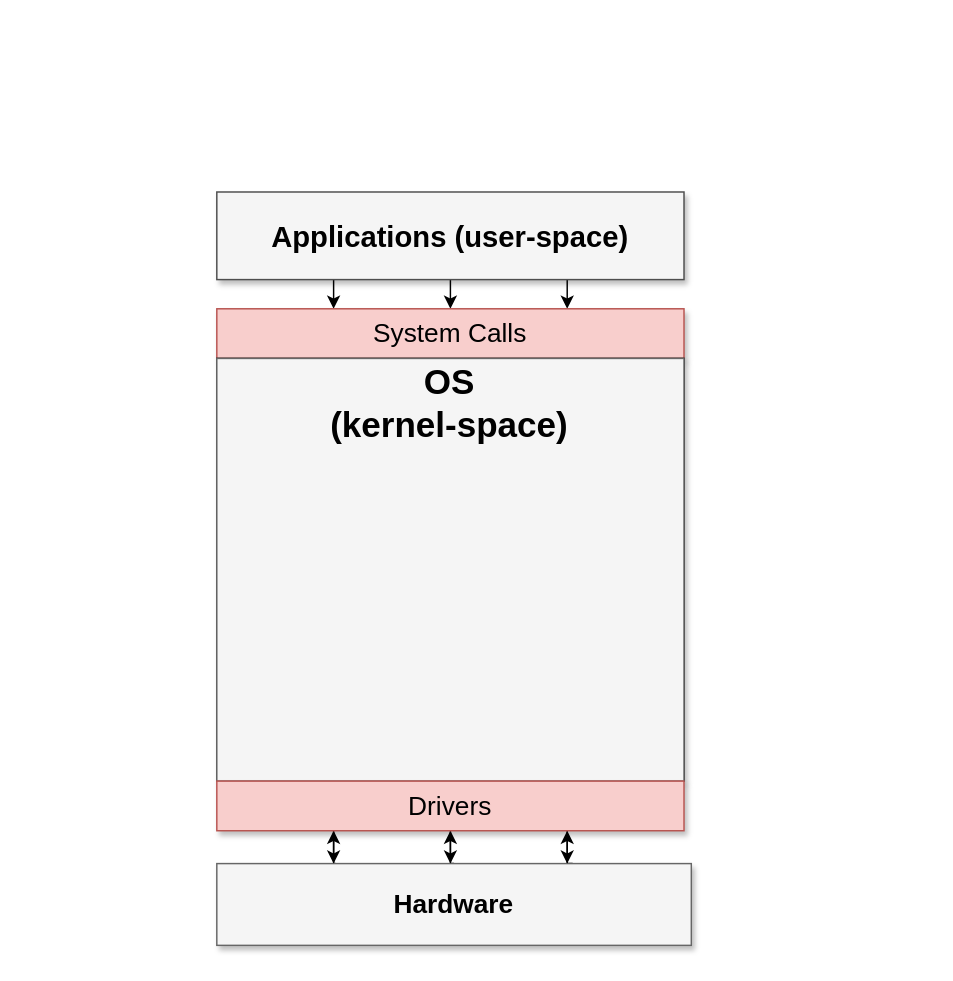
Above: page "OS_3" (4 of 4) of Operating_Systems/img/OS.drawio in Steindvart/My_study (draw.io), before the change. Source tidied: cells renumbered, new cells numbered last; positions are measured from the earlier drawing's top-left corner, leaving out a move shared by most shapes. Both pictures are drawn from the tidied source at 146%, with x=0, y=0 at pixel (216, 191).
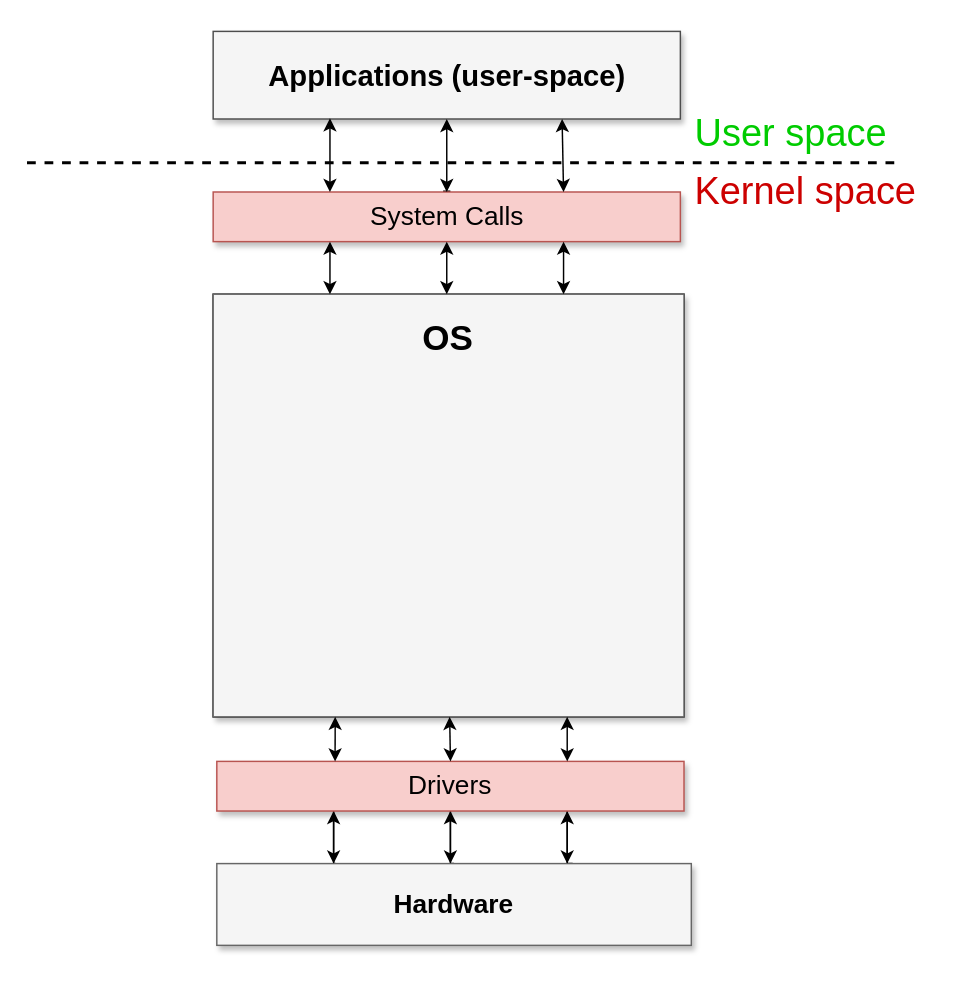
The same page after the edit.

The edit, as a diff of the source:
```diff
@@
-    <mxCell id="2" style="edgeStyle=orthogonalEdgeStyle;rounded=0;jettySize=auto;html=1;exitX=0.25;exitY=1;exitDx=0;exitDy=0;entryX=0.25;entryY=0;entryDx=0;entryDy=0;" parent="1" edge="1" source="5" target="13">
-      <mxGeometry relative="1" as="geometry" />
-    </mxCell>
-    <mxCell id="3" style="edgeStyle=orthogonalEdgeStyle;rounded=0;jettySize=auto;html=1;exitX=0.5;exitY=1;exitDx=0;exitDy=0;entryX=0.5;entryY=0;entryDx=0;entryDy=0;" parent="1" edge="1" source="5" target="13">
-      <mxGeometry relative="1" as="geometry" />
-    </mxCell>
-    <mxCell id="4" style="edgeStyle=orthogonalEdgeStyle;rounded=0;jettySize=auto;html=1;exitX=0.75;exitY=1;exitDx=0;exitDy=0;entryX=0.75;entryY=0;entryDx=0;entryDy=0;" parent="1" edge="1" source="5" target="13">
-      <mxGeometry relative="1" as="geometry" />
-    </mxCell>
-    <mxCell id="5" value="&lt;b&gt;Applications (user-space)&lt;/b&gt;" style="whiteSpace=wrap;html=1;shadow=1;fontSize=20;fillColor=#f5f5f5;strokeColor=#4D4D4D;strokeWidth=1;" parent="1" vertex="1">
-      <mxGeometry width="320" height="60" as="geometry" />
-    </mxCell>
@@
-    <mxCell id="10" style="edgeStyle=orthogonalEdgeStyle;rounded=0;jettySize=auto;html=1;exitX=0.25;exitY=1;exitDx=0;exitDy=0;entryX=0.136;entryY=0.025;entryDx=0;entryDy=0;entryPerimeter=0;" parent="1" edge="1" source="13" target="16">
-      <mxGeometry relative="1" as="geometry" />
-    </mxCell>
-    <mxCell id="11" style="edgeStyle=orthogonalEdgeStyle;rounded=0;jettySize=auto;html=1;exitX=0.5;exitY=1;exitDx=0;exitDy=0;entryX=0.5;entryY=0;entryDx=0;entryDy=0;" parent="1" edge="1" source="13" target="16">
-      <mxGeometry relative="1" as="geometry" />
-    </mxCell>
-    <mxCell id="12" style="edgeStyle=orthogonalEdgeStyle;rounded=0;jettySize=auto;html=1;exitX=0.75;exitY=1;exitDx=0;exitDy=0;entryX=0.845;entryY=0.042;entryDx=0;entryDy=0;entryPerimeter=0;" parent="1" edge="1" source="13" target="16">
-      <mxGeometry relative="1" as="geometry" />
-    </mxCell>
-    <mxCell id="13" value="System Calls" style="whiteSpace=wrap;html=1;shadow=1;fontSize=18;fillColor=#f8cecc;strokeColor=#b85450;" parent="1" vertex="1">
-      <mxGeometry y="80" width="320" height="34" as="geometry" />
-    </mxCell>
-    <mxCell id="14" style="group;fillColor=#CCCCCC;strokeColor=#000000;rounded=0;glass=0;comic=0;" parent="1" vertex="1">
-      <mxGeometry y="114" width="320" height="289.5" as="geometry" />
-    </mxCell>
-    <mxCell id="15" style="whiteSpace=wrap;html=1;shadow=1;fontSize=18;fillColor=#f5f5f5;strokeColor=#666666;" parent="14" vertex="1">
-      <mxGeometry width="320" height="289.5" as="geometry" />
-    </mxCell>
-    <mxCell id="16" value="&lt;font style=&quot;font-size: 24px&quot;&gt;&lt;b&gt;&lt;font style=&quot;font-size: 24px&quot;&gt;OS &lt;br&gt;(kernel-space)&lt;br&gt;&lt;/font&gt;&lt;/b&gt;&lt;/font&gt;" style="text;html=1;strokeColor=none;fillColor=none;align=center;verticalAlign=middle;whiteSpace=wrap;rounded=0;" parent="14" vertex="1">
-      <mxGeometry x="47.5" width="224.9" height="62" as="geometry" />
-    </mxCell>
@@
     <mxCell id="20" value="Drivers" style="whiteSpace=wrap;html=1;shadow=1;fontSize=18;fillColor=#f8cecc;strokeColor=#b85450;" parent="1" vertex="1">
-      <mxGeometry y="403.5" width="320" height="34" as="geometry" />
+      <mxGeometry y="390" width="320" height="34" as="geometry" />
     </mxCell>
+    <mxCell id="5" value="&lt;b&gt;Applications (user-space)&lt;/b&gt;" style="whiteSpace=wrap;html=1;shadow=1;fontSize=20;fillColor=#f5f5f5;strokeColor=#4D4D4D;strokeWidth=1;" parent="1" vertex="1">
+      <mxGeometry x="-2.5" y="-110" width="320" height="60" as="geometry" />
+    </mxCell>
+    <mxCell id="21" style="edgeStyle=orthogonalEdgeStyle;shape=link;rounded=0;jettySize=auto;html=1;shadow=0;strokeWidth=2;" parent="1" edge="1" source="13">
+      <mxGeometry relative="1" as="geometry">
+        <mxPoint x="157.5" as="targetPoint" />
+      </mxGeometry>
+    </mxCell>
+    <mxCell id="13" value="System Calls" style="whiteSpace=wrap;html=1;shadow=1;fontSize=18;fillColor=#f8cecc;strokeColor=#b85450;rounded=0;glass=0;comic=0;absoluteArcSize=0;noLabel=0;fixDash=0;" parent="1" vertex="1">
+      <mxGeometry x="-2.5" width="320" height="34" as="geometry" />
+    </mxCell>
+    <mxCell id="22" style="group;fillColor=#CCCCCC;strokeColor=#000000;rounded=0;glass=0;comic=0;" parent="1" vertex="1">
+      <mxGeometry x="-2.5" y="70" width="322.5" height="289.5" as="geometry" />
+    </mxCell>
+    <mxCell id="23" style="whiteSpace=wrap;html=1;shadow=1;fontSize=18;fillColor=#f5f5f5;strokeColor=#666666;" parent="22" vertex="1">
+      <mxGeometry width="322.5" height="289.5" as="geometry" />
+    </mxCell>
+    <mxCell id="24" value="&lt;font style=&quot;font-size: 24px&quot;&gt;&lt;b&gt;&lt;font style=&quot;font-size: 24px&quot;&gt;OS &lt;br&gt;&lt;/font&gt;&lt;/b&gt;&lt;/font&gt;" style="text;html=1;strokeColor=none;fillColor=none;align=center;verticalAlign=middle;whiteSpace=wrap;rounded=0;" parent="22" vertex="1">
+      <mxGeometry x="47.9" width="226.7" height="62" as="geometry" />
+    </mxCell>
+    <mxCell id="25" style="endArrow=classic;startArrow=classic;html=1;entryX=0.25;entryY=1;entryDx=0;entryDy=0;" parent="1" edge="1">
+      <mxGeometry relative="1" as="geometry">
+        <mxPoint x="81" y="390" as="sourcePoint" />
+        <mxPoint x="81.1" y="359.5" as="targetPoint" />
+      </mxGeometry>
+    </mxCell>
+    <mxCell id="26" style="endArrow=classic;startArrow=classic;html=1;entryX=0.25;entryY=1;entryDx=0;entryDy=0;" parent="1" edge="1">
+      <mxGeometry relative="1" as="geometry">
+        <mxPoint x="160" y="390" as="sourcePoint" />
+        <mxPoint x="159.5" y="359.5" as="targetPoint" />
+      </mxGeometry>
+    </mxCell>
+    <mxCell id="27" style="endArrow=classic;startArrow=classic;html=1;entryX=0.25;entryY=1;entryDx=0;entryDy=0;exitX=0.75;exitY=0;exitDx=0;exitDy=0;" parent="1" edge="1" source="20">
+      <mxGeometry relative="1" as="geometry">
+        <mxPoint x="240" y="359.5" as="targetPoint" />
+      </mxGeometry>
+    </mxCell>
+    <mxCell id="28" style="endArrow=none;dashed=1;html=1;shadow=0;strokeWidth=2;" parent="1" edge="1">
+      <mxGeometry relative="1" as="geometry">
+        <mxPoint x="-130" y="-20" as="sourcePoint" />
+        <mxPoint x="470" y="-20" as="targetPoint" />
+      </mxGeometry>
+    </mxCell>
+    <mxCell id="29" value="&lt;font style=&quot;font-size: 26px&quot; color=&quot;#00CC00&quot;&gt;User space&lt;br&gt;&lt;/font&gt;" style="text;html=1;align=center;verticalAlign=middle;" parent="1" vertex="1">
+      <mxGeometry x="317.5" y="-50" width="150" height="20" as="geometry" />
+    </mxCell>
+    <mxCell id="30" value="&lt;font style=&quot;font-size: 26px&quot; color=&quot;#CC0000&quot;&gt;Kernel space&lt;br&gt;&lt;/font&gt;" style="text;html=1;align=center;verticalAlign=middle;" parent="1" vertex="1">
+      <mxGeometry x="317.5" y="-10" width="170" height="20" as="geometry" />
+    </mxCell>
+    <mxCell id="31" style="endArrow=classic;startArrow=classic;html=1;entryX=0.25;entryY=1;entryDx=0;entryDy=0;exitX=0.25;exitY=0;exitDx=0;exitDy=0;" parent="1" edge="1" source="13">
+      <mxGeometry relative="1" as="geometry">
+        <mxPoint x="77.5" y="-50.5" as="targetPoint" />
+      </mxGeometry>
+    </mxCell>
+    <mxCell id="32" style="endArrow=classic;startArrow=classic;html=1;entryX=0.5;entryY=1;entryDx=0;entryDy=0;exitX=0.5;exitY=0;exitDx=0;exitDy=0;" parent="1" edge="1" source="13" target="5">
+      <mxGeometry relative="1" as="geometry" />
+    </mxCell>
+    <mxCell id="33" style="endArrow=classic;startArrow=classic;html=1;exitX=0.75;exitY=0;exitDx=0;exitDy=0;" parent="1" edge="1" source="13">
+      <mxGeometry relative="1" as="geometry">
+        <mxPoint x="236.5" y="-50" as="targetPoint" />
+      </mxGeometry>
+    </mxCell>
+    <mxCell id="34" style="endArrow=classic;startArrow=classic;html=1;entryX=0.25;entryY=1;entryDx=0;entryDy=0;" parent="1" edge="1" target="13">
+      <mxGeometry relative="1" as="geometry">
+        <mxPoint x="77.5" y="70" as="sourcePoint" />
+      </mxGeometry>
+    </mxCell>
+    <mxCell id="35" style="endArrow=classic;startArrow=classic;html=1;entryX=0.5;entryY=1;entryDx=0;entryDy=0;" parent="1" edge="1" target="13">
+      <mxGeometry relative="1" as="geometry">
+        <mxPoint x="157.5" y="70" as="sourcePoint" />
+      </mxGeometry>
+    </mxCell>
+    <mxCell id="36" style="endArrow=classic;startArrow=classic;html=1;entryX=0.5;entryY=1;entryDx=0;entryDy=0;" parent="1" edge="1">
+      <mxGeometry relative="1" as="geometry">
+        <mxPoint x="237.5" y="70" as="sourcePoint" />
+        <mxPoint x="237.5" y="34" as="targetPoint" />
+        <Array as="points">
+          <mxPoint x="237.5" y="50" />
+        </Array>
+      </mxGeometry>
+    </mxCell>
```
